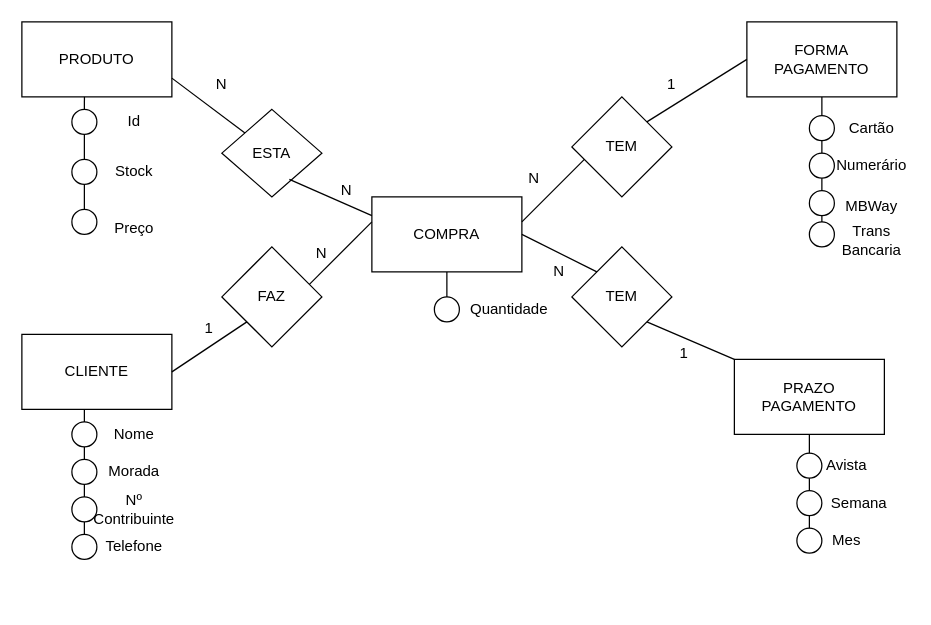
This is BD/Exercicios/Ex02.drawio from MarceloValente1990/Cesae2025, a draw.io file, before an edit. Source tidied: cells renumbered, new cells numbered last; positions are measured from the earlier drawing's top-left corner, leaving out a move shared by most shapes. Both pictures are drawn from the tidied source at 125%, with x=0, y=0 at pixel (21, 21).
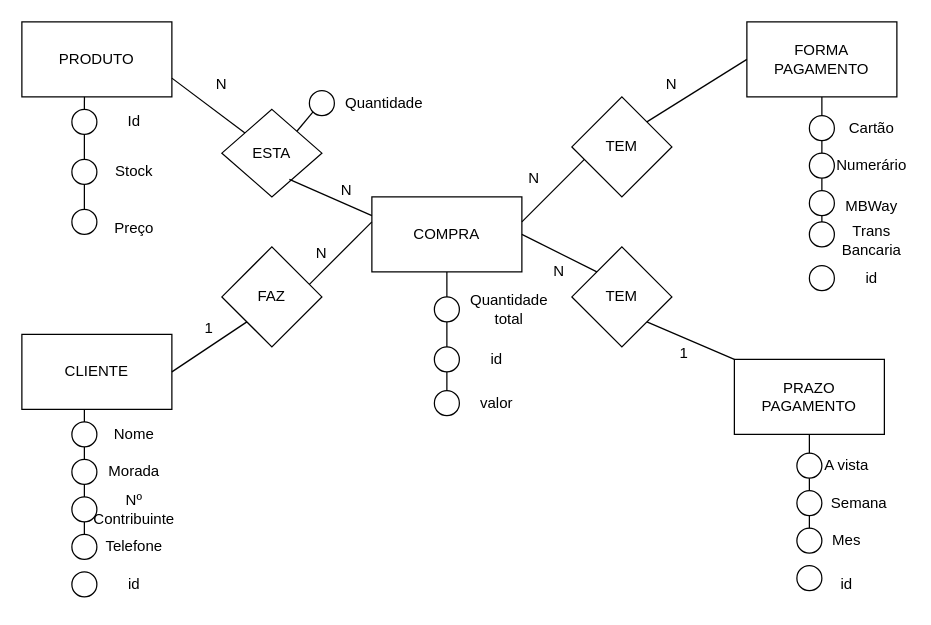
The same page after the edit.

Unchanged cells that the change refers to:
```xml
<mxCell id="7" value="ESTA" style="rhombus;whiteSpace=wrap;html=1;" parent="1" vertex="1">
  <mxGeometry x="160" y="70" width="80" height="70" as="geometry" />
</mxCell>
<mxCell id="61" style="ellipse;whiteSpace=wrap;html=1;" parent="1" vertex="1">
  <mxGeometry x="330" y="220" width="20" height="20" as="geometry" />
</mxCell>
```

Diff of the diagram source:
```diff
@@
-    <mxCell id="58" value="Avista" style="text;html=1;align=center;verticalAlign=middle;whiteSpace=wrap;rounded=0;" parent="1" vertex="1">
+    <mxCell id="58" value="A vista" style="text;html=1;align=center;verticalAlign=middle;whiteSpace=wrap;rounded=0;" parent="1" vertex="1">
       <mxGeometry x="630" y="340" width="60" height="30" as="geometry" />
     </mxCell>
@@
-    <mxCell id="63" value="Quantidade" style="text;html=1;align=center;verticalAlign=middle;whiteSpace=wrap;rounded=0;" parent="1" vertex="1">
+    <mxCell id="63" value="Quantidade total" style="text;html=1;align=center;verticalAlign=middle;whiteSpace=wrap;rounded=0;" parent="1" vertex="1">
       <mxGeometry x="360" y="215" width="60" height="30" as="geometry" />
     </mxCell>
@@
-    <mxCell id="69" value="1" style="text;html=1;align=center;verticalAlign=middle;whiteSpace=wrap;rounded=0;" parent="1" vertex="1">
+    <mxCell id="69" value="N" style="text;html=1;align=center;verticalAlign=middle;whiteSpace=wrap;rounded=0;" parent="1" vertex="1">
       <mxGeometry x="490" y="35" width="60" height="30" as="geometry" />
     </mxCell>
@@
+    <mxCell id="72" value="id" style="text;html=1;align=center;verticalAlign=middle;whiteSpace=wrap;rounded=0;" parent="1" vertex="1">
+      <mxGeometry x="60" y="435" width="60" height="30" as="geometry" />
+    </mxCell>
+    <mxCell id="73" value="id" style="text;html=1;align=center;verticalAlign=middle;whiteSpace=wrap;rounded=0;" parent="1" vertex="1">
+      <mxGeometry x="630" y="435" width="60" height="30" as="geometry" />
+    </mxCell>
+    <mxCell id="74" value="id" style="text;html=1;align=center;verticalAlign=middle;whiteSpace=wrap;rounded=0;" parent="1" vertex="1">
+      <mxGeometry x="350" y="255" width="60" height="30" as="geometry" />
+    </mxCell>
+    <mxCell id="75" value="id" style="text;html=1;align=center;verticalAlign=middle;whiteSpace=wrap;rounded=0;" parent="1" vertex="1">
+      <mxGeometry x="650" y="190" width="60" height="30" as="geometry" />
+    </mxCell>
+    <mxCell id="76" style="ellipse;whiteSpace=wrap;html=1;" parent="1" vertex="1">
+      <mxGeometry x="330" y="260" width="20" height="20" as="geometry" />
+    </mxCell>
+    <mxCell id="77" style="ellipse;whiteSpace=wrap;html=1;" parent="1" vertex="1">
+      <mxGeometry x="40" y="440" width="20" height="20" as="geometry" />
+    </mxCell>
+    <mxCell id="78" style="ellipse;whiteSpace=wrap;html=1;" parent="1" vertex="1">
+      <mxGeometry x="630" y="195" width="20" height="20" as="geometry" />
+    </mxCell>
+    <mxCell id="79" style="ellipse;whiteSpace=wrap;html=1;" parent="1" vertex="1">
+      <mxGeometry x="620" y="435" width="20" height="20" as="geometry" />
+    </mxCell>
+    <mxCell id="80" style="endArrow=none;html=1;rounded=0;entryX=0.5;entryY=1;entryDx=0;entryDy=0;" parent="1" edge="1" target="61">
+      <mxGeometry relative="1" as="geometry">
+        <mxPoint x="340" y="260" as="sourcePoint" />
+      </mxGeometry>
+    </mxCell>
+    <mxCell id="81" style="ellipse;whiteSpace=wrap;html=1;" parent="1" vertex="1">
+      <mxGeometry x="230" y="55" width="20" height="20" as="geometry" />
+    </mxCell>
+    <mxCell id="82" value="Quantidade" style="text;html=1;align=center;verticalAlign=middle;whiteSpace=wrap;rounded=0;" parent="1" vertex="1">
+      <mxGeometry x="260" y="50" width="60" height="30" as="geometry" />
+    </mxCell>
+    <mxCell id="83" style="endArrow=none;html=1;rounded=0;entryX=0;entryY=1;entryDx=0;entryDy=0;exitX=1;exitY=0;exitDx=0;exitDy=0;" parent="1" edge="1" source="7" target="81">
+      <mxGeometry relative="1" as="geometry" />
+    </mxCell>
+    <mxCell id="84" value="valor" style="text;html=1;align=center;verticalAlign=middle;whiteSpace=wrap;rounded=0;" parent="1" vertex="1">
+      <mxGeometry x="350" y="290" width="60" height="30" as="geometry" />
+    </mxCell>
+    <mxCell id="85" style="ellipse;whiteSpace=wrap;html=1;" parent="1" vertex="1">
+      <mxGeometry x="330" y="295" width="20" height="20" as="geometry" />
+    </mxCell>
+    <mxCell id="86" style="endArrow=none;html=1;rounded=0;entryX=0.5;entryY=1;entryDx=0;entryDy=0;exitX=0.5;exitY=0;exitDx=0;exitDy=0;" parent="1" edge="1" source="85" target="76">
+      <mxGeometry relative="1" as="geometry" />
+    </mxCell>
```
